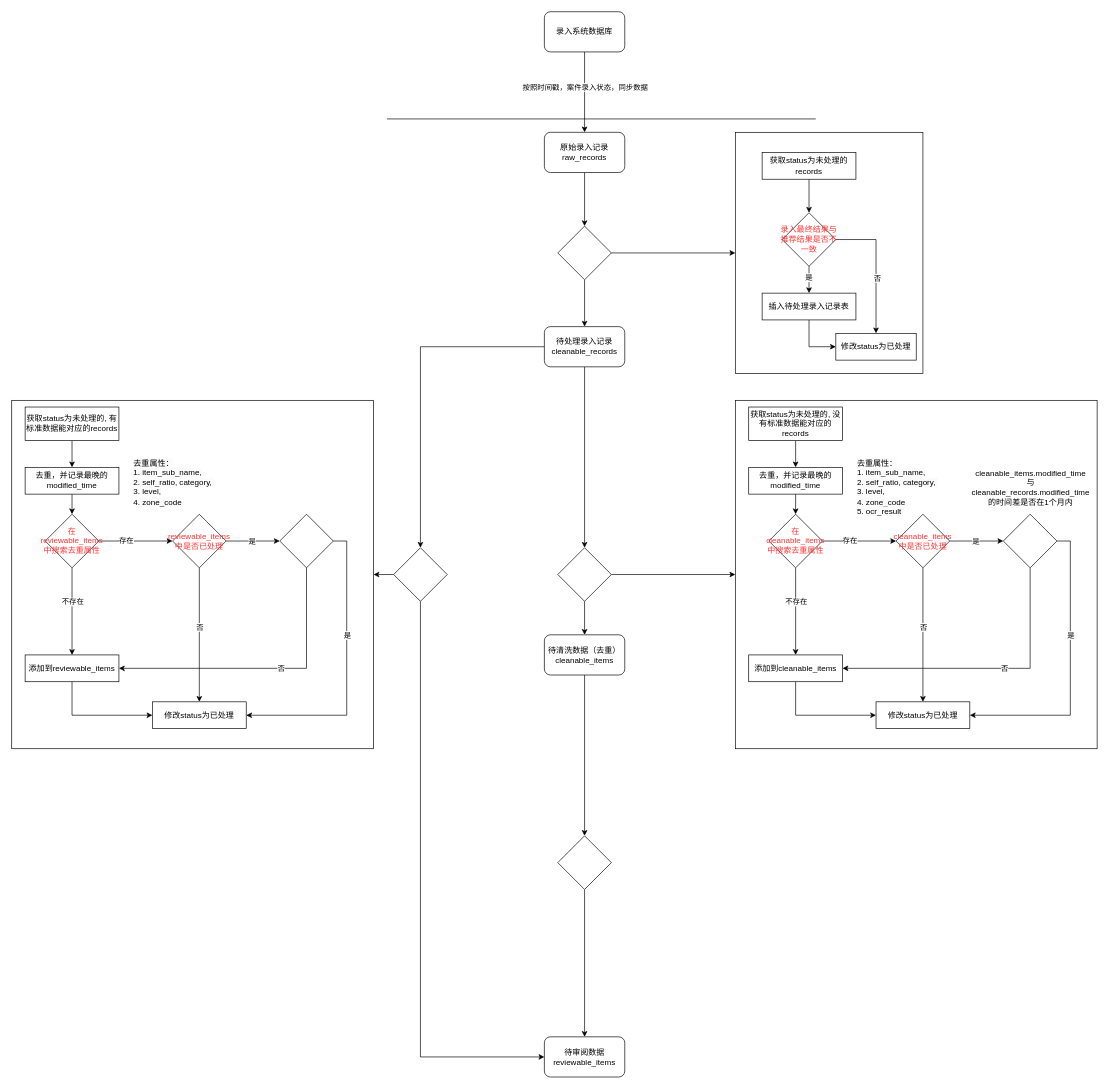
The draw.io diagram 对码/三目录反馈流程图.drawio in XiaoLiuAI/diagrams, before the edit. Source tidied: cells renumbered, new cells numbered last; positions are measured from the earlier drawing's top-left corner, leaving out a move shared by most shapes. Both pictures are drawn from the tidied source at 67%, with x=0, y=0 at pixel (11, 11).
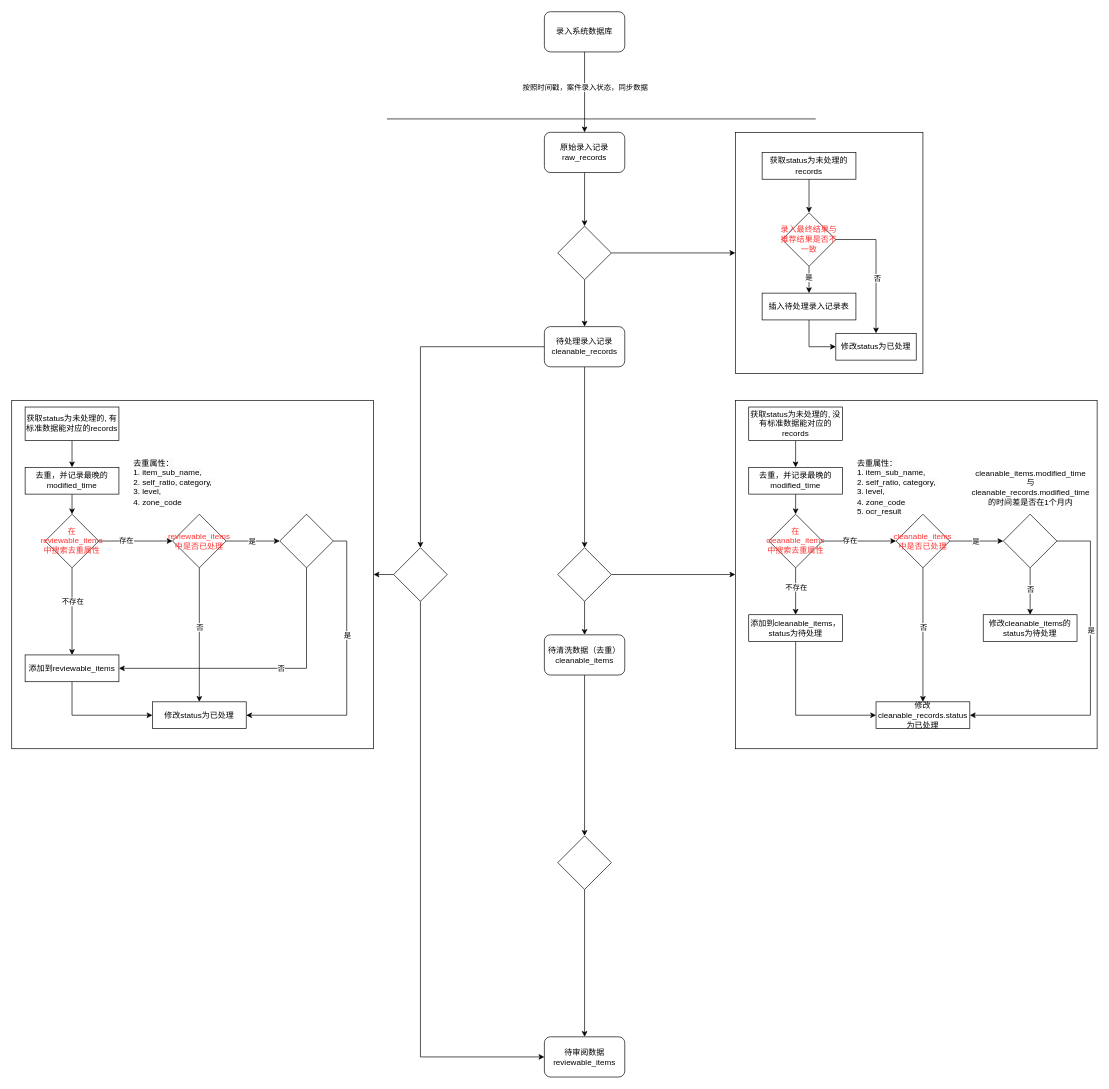
Above is the later version.

Commit message (it also covers changes not shown here):
更新三目录反馈流程图.drawio

The change refers to these unchanged cells:
```xml
<mxCell id="49" style="rhombus;whiteSpace=wrap;html=1;spacing=-2;fontColor=#FF3333;" parent="1" vertex="1">
  <mxGeometry x="1480" y="750" width="80" height="80" as="geometry" />
</mxCell>
```

Change to the diagram source:
```diff
@@
-    <mxCell id="45" style="edgeStyle=orthogonalEdgeStyle;rounded=0;jettySize=auto;html=1;exitX=0.5;exitY=1;exitDx=0;exitDy=0;entryX=1;entryY=0.5;entryDx=0;entryDy=0;" parent="1" edge="1" source="49" target="51">
+    <mxCell id="45" style="edgeStyle=orthogonalEdgeStyle;rounded=0;jettySize=auto;html=1;exitX=0.5;exitY=1;exitDx=0;exitDy=0;entryX=0.5;entryY=0;entryDx=0;entryDy=0;" parent="1" edge="1" source="49" target="85">
       <mxGeometry relative="1" as="geometry" />
     </mxCell>
@@
     <mxCell id="47" style="edgeStyle=orthogonalEdgeStyle;rounded=0;jettySize=auto;html=1;exitX=1;exitY=0.5;exitDx=0;exitDy=0;entryX=1;entryY=0.5;entryDx=0;entryDy=0;" parent="1" edge="1" source="49" target="52">
-      <mxGeometry relative="1" as="geometry" />
+      <mxGeometry relative="1" as="geometry">
+        <Array as="points">
+          <mxPoint x="1610" y="790" />
+          <mxPoint x="1610" y="1050" />
+        </Array>
+      </mxGeometry>
     </mxCell>
@@
-    <mxCell id="51" value="添加到cleanable_items" style="rounded=0;whiteSpace=wrap;html=1;" parent="1" vertex="1">
-      <mxGeometry x="1100" y="960" width="140" height="40" as="geometry" />
+    <mxCell id="51" value="添加到cleanable_items，&lt;br&gt;status为待处理" style="rounded=0;whiteSpace=wrap;html=1;" parent="1" vertex="1">
+      <mxGeometry x="1100" y="900" width="140" height="40" as="geometry" />
     </mxCell>
-    <mxCell id="52" value="修改status为已处理" style="rounded=0;whiteSpace=wrap;html=1;" parent="1" vertex="1">
+    <mxCell id="52" value="修改cleanable_records.status为已处理" style="rounded=0;whiteSpace=wrap;html=1;" parent="1" vertex="1">
       <mxGeometry x="1290" y="1030" width="140" height="40" as="geometry" />
     </mxCell>
@@
+    <mxCell id="85" value="修改cleanable_items的status为待处理" style="rounded=0;whiteSpace=wrap;html=1;" parent="1" vertex="1">
+      <mxGeometry x="1450" y="900" width="140" height="40" as="geometry" />
+    </mxCell>
```
